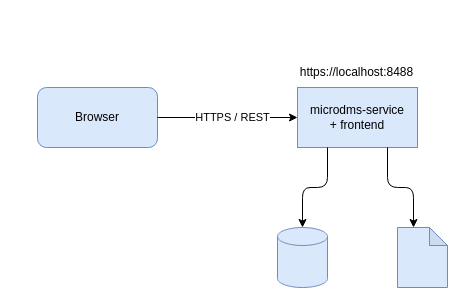
This is page "home-lab" (1 of 3) of docs/microdms_deployment.drawio from nagypet/microdms-docker, a draw.io file, before an edit. Source tidied: cells renumbered, new cells numbered last; positions are measured from the earlier drawing's top-left corner, leaving out a move shared by most shapes. Both pictures are drawn from the tidied source at 100%, with x=0, y=0 at pixel (37, 57).
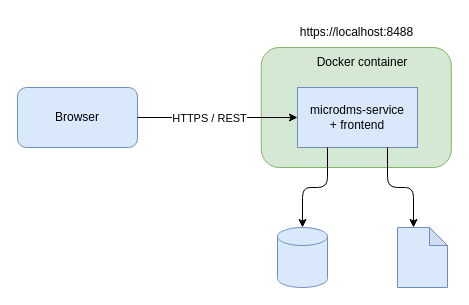
The same diagram, later.

Change to the diagram source:
```diff
@@
 <mxGraphModel>
   <root>
     <mxCell id="0" />
     <mxCell id="1" parent="0" />
+    <mxCell id="11" style="rounded=1;whiteSpace=wrap;html=1;fillColor=#d5e8d4;strokeColor=#82b366;" parent="1" vertex="1">
+      <mxGeometry x="223.8" y="-10" width="190" height="120" as="geometry" />
+    </mxCell>
+    <mxCell id="12" value="Docker container" style="text;html=1;align=center;verticalAlign=middle;whiteSpace=wrap;rounded=0;" parent="1" vertex="1">
+      <mxGeometry x="275" y="-10" width="100" height="30" as="geometry" />
+    </mxCell>
     <mxCell id="2" value="microdms-service&lt;div&gt;+ frontend&lt;/div&gt;" style="rounded=0;whiteSpace=wrap;html=1;fillColor=#dae8fc;strokeColor=#6c8ebf;" parent="1" vertex="1">
       <mxGeometry x="260" y="30" width="120" height="60" as="geometry" />
     </mxCell>
     <mxCell id="3" style="shape=cylinder3;whiteSpace=wrap;html=1;boundedLbl=1;backgroundOutline=1;size=9;fillColor=#dae8fc;strokeColor=#6c8ebf;" parent="1" vertex="1">
       <mxGeometry x="240" y="170" width="50" height="60" as="geometry" />
     </mxCell>
     <mxCell id="4" style="shape=note;whiteSpace=wrap;html=1;backgroundOutline=1;darkOpacity=0.05;size=18;fillColor=#dae8fc;strokeColor=#6c8ebf;" parent="1" vertex="1">
       <mxGeometry x="360" y="170" width="50" height="60" as="geometry" />
     </mxCell>
     <mxCell id="5" style="endArrow=classic;html=1;rounded=1;exitX=0.25;exitY=1;exitDx=0;exitDy=0;entryX=0.5;entryY=0;entryDx=0;entryDy=0;entryPerimeter=0;edgeStyle=orthogonalEdgeStyle;curved=0;" parent="1" edge="1" source="2" target="3">
       <mxGeometry relative="1" as="geometry" />
     </mxCell>
     <mxCell id="6" style="endArrow=classic;html=1;rounded=1;exitX=0.75;exitY=1;exitDx=0;exitDy=0;entryX=0;entryY=0;entryDx=16;entryDy=0;entryPerimeter=0;edgeStyle=orthogonalEdgeStyle;curved=0;" parent="1" edge="1" source="2" target="4">
       <mxGeometry relative="1" as="geometry" />
     </mxCell>
     <mxCell id="7" value="Browser" style="rounded=1;whiteSpace=wrap;html=1;fillColor=#dae8fc;strokeColor=#6c8ebf;" parent="1" vertex="1">
-      <mxGeometry y="30" width="120" height="60" as="geometry" />
+      <mxGeometry x="-20" y="30" width="120" height="60" as="geometry" />
     </mxCell>
     <mxCell id="8" style="endArrow=classic;html=1;rounded=0;exitX=1;exitY=0.5;exitDx=0;exitDy=0;entryX=0;entryY=0.5;entryDx=0;entryDy=0;" parent="1" edge="1" source="7" target="2">
       <mxGeometry relative="1" as="geometry" />
     </mxCell>
     <mxCell id="9" value="HTTPS / REST" style="edgeLabel;html=1;align=center;verticalAlign=middle;" parent="8" vertex="1">
-      <mxGeometry x="0.06" y="1" relative="1" as="geometry" />
+      <mxGeometry x="0.06" y="1" relative="1" as="geometry">
+        <mxPoint x="-14" y="1" as="offset" />
+      </mxGeometry>
     </mxCell>
     <mxCell id="10" value="https://localhost:8488" style="text;html=1;align=center;verticalAlign=middle;whiteSpace=wrap;rounded=0;" parent="1" vertex="1">
-      <mxGeometry x="257.5" width="122.5" height="30" as="geometry" />
+      <mxGeometry x="257.5" y="-40" width="122.5" height="30" as="geometry" />
     </mxCell>
   </root>
 </mxGraphModel>
```
